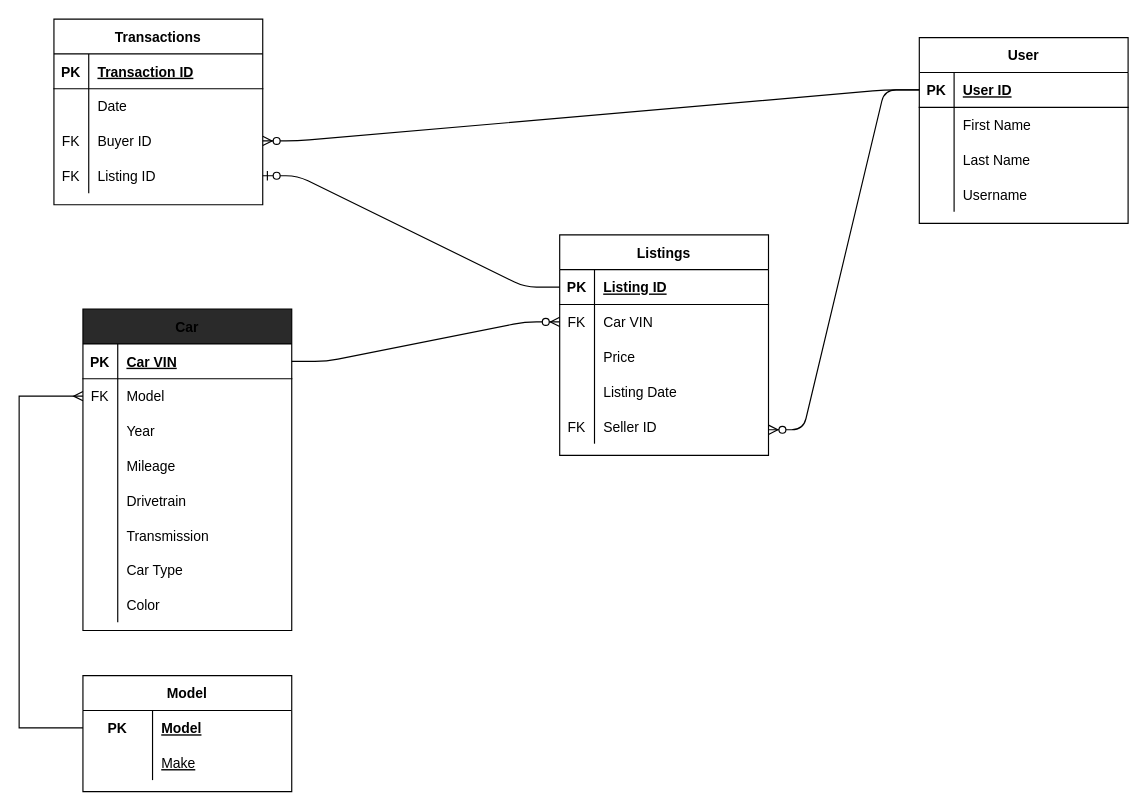
Earlier version of the draw.io diagram page "2NF" (3 of 4) of Diagrams/erd.drawio (Electrex/cs157a-project). Source tidied: cells renumbered, new cells numbered last; positions are measured from the earlier drawing's top-left corner, leaving out a move shared by most shapes. Both pictures are drawn from the tidied source at 116%, with x=0, y=0 at pixel (19, 19).
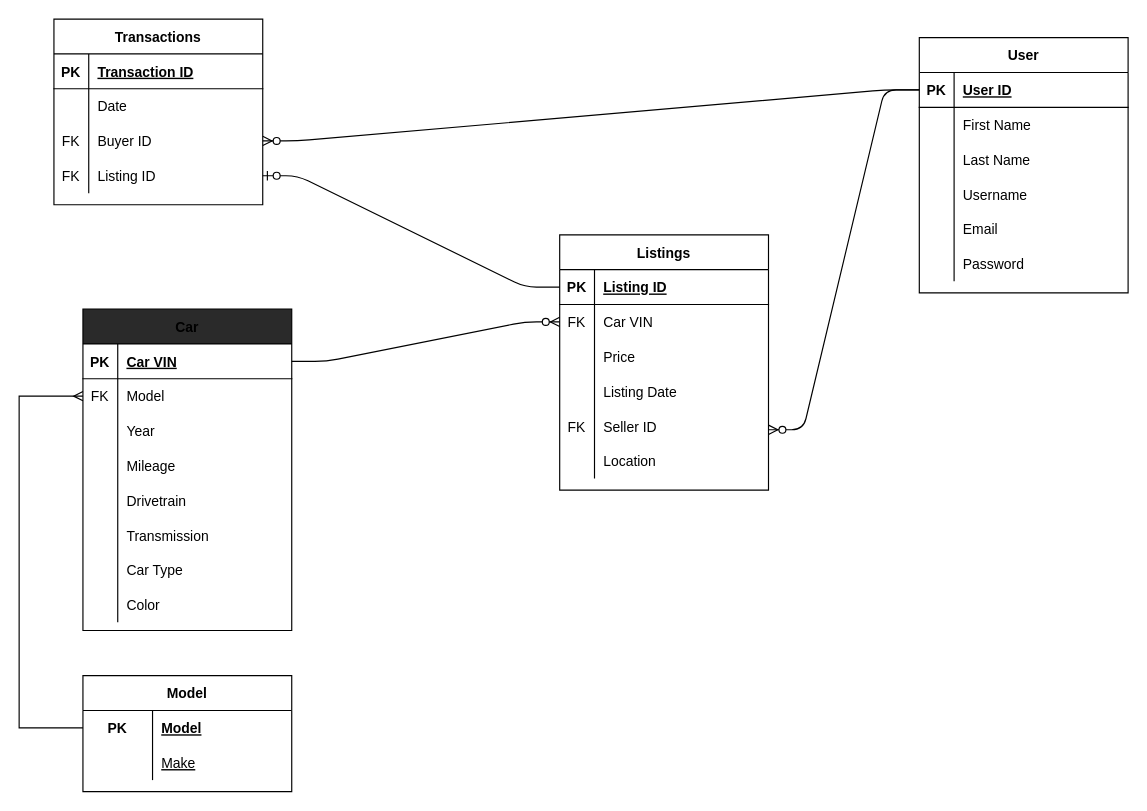
After the change.

What changed in the source:
```diff
@@
     <mxCell id="2" value="User" style="shape=table;startSize=30;childLayout=tableLayout;rowLines=0;fontStyle=1;align=center;fillColor=none;" parent="1" vertex="1">
-      <mxGeometry x="776" y="16" width="180" height="160" as="geometry" />
+      <mxGeometry x="776" y="16" width="180" height="220" as="geometry" />
     </mxCell>
@@
+    <mxCell id="81" style="shape=partialRectangle;fillColor=none;top=0;left=0;bottom=0;right=0;" parent="2" vertex="1">
+      <mxGeometry y="150" width="180" height="30" as="geometry" />
+    </mxCell>
+    <mxCell id="82" style="shape=partialRectangle;fillColor=none;top=0;left=0;bottom=0;right=0;overflow=hidden;" parent="81" vertex="1">
+      <mxGeometry width="30" height="30" as="geometry" />
+    </mxCell>
+    <mxCell id="83" value="Email" style="shape=partialRectangle;fillColor=none;top=0;left=0;bottom=0;right=0;align=left;spacingLeft=6;overflow=hidden;" parent="81" vertex="1">
+      <mxGeometry x="30" width="150" height="30" as="geometry" />
+    </mxCell>
+    <mxCell id="84" style="shape=partialRectangle;fillColor=none;top=0;left=0;bottom=0;right=0;" parent="2" vertex="1">
+      <mxGeometry y="180" width="180" height="30" as="geometry" />
+    </mxCell>
+    <mxCell id="85" style="shape=partialRectangle;fillColor=none;top=0;left=0;bottom=0;right=0;overflow=hidden;" parent="84" vertex="1">
+      <mxGeometry width="30" height="30" as="geometry" />
+    </mxCell>
+    <mxCell id="86" value="Password" style="shape=partialRectangle;fillColor=none;top=0;left=0;bottom=0;right=0;align=left;spacingLeft=6;overflow=hidden;" parent="84" vertex="1">
+      <mxGeometry x="30" width="150" height="30" as="geometry" />
+    </mxCell>
@@
     <mxCell id="53" value="Listings" style="shape=table;startSize=30;childLayout=tableLayout;rowLines=0;fontStyle=1;align=center;" parent="1" vertex="1">
-      <mxGeometry x="466" y="186" width="180" height="190" as="geometry" />
+      <mxGeometry x="466" y="186" width="180" height="220" as="geometry" />
     </mxCell>
@@
+    <mxCell id="87" style="shape=partialRectangle;fillColor=none;top=0;left=0;bottom=0;right=0;" parent="53" vertex="1">
+      <mxGeometry y="180" width="180" height="30" as="geometry" />
+    </mxCell>
+    <mxCell id="88" style="shape=partialRectangle;fillColor=none;top=0;left=0;bottom=0;right=0;overflow=hidden;" parent="87" vertex="1">
+      <mxGeometry width="30" height="30" as="geometry" />
+    </mxCell>
+    <mxCell id="89" value="Location" style="shape=partialRectangle;fillColor=none;top=0;left=0;bottom=0;right=0;align=left;spacingLeft=6;overflow=hidden;" parent="87" vertex="1">
+      <mxGeometry x="30" width="150" height="30" as="geometry" />
+    </mxCell>
```
